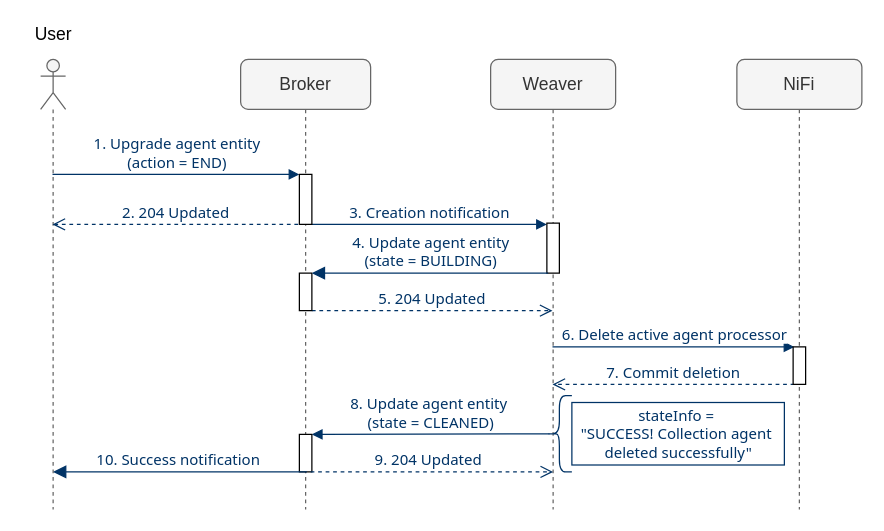
giros-dit/semantic-data-aggregator keeps this draw.io diagram as page "collection-agent-deletion" (6 of 14) of docs/sda-orchestration/SDA-orchestration-sequence-diagrams.drawio. Above is the earlier version. Source tidied: cells renumbered, new cells numbered last; positions are measured from the earlier drawing's top-left corner, leaving out a move shared by most shapes. Both pictures are drawn from the tidied source at 125%, with x=0, y=0 at pixel (21, 21).
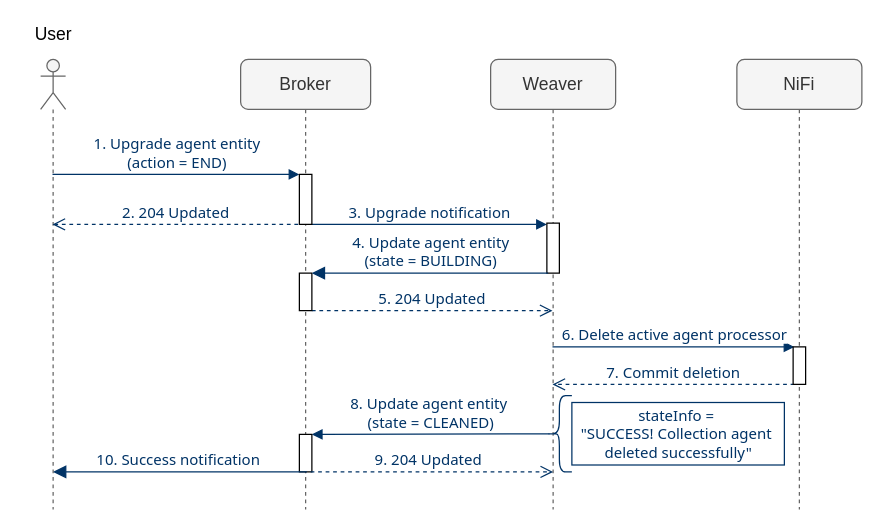
The same page after the edit.

Diff of the diagram source:
```diff
@@
-    <mxCell id="6" value="3. Creation notification" style="html=1;verticalAlign=bottom;startArrow=none;endArrow=block;startSize=8;strokeColor=#003366;fontFamily=Tahoma;fontSize=12;fontColor=#003366;startFill=0;exitX=1;exitY=0.975;exitDx=0;exitDy=0;exitPerimeter=0;" parent="1" edge="1">
+    <mxCell id="6" value="3. Upgrade notification" style="html=1;verticalAlign=bottom;startArrow=none;endArrow=block;startSize=8;strokeColor=#003366;fontFamily=Tahoma;fontSize=12;fontColor=#003366;startFill=0;exitX=1;exitY=0.975;exitDx=0;exitDy=0;exitPerimeter=0;" parent="1" edge="1">
       <mxGeometry relative="1" as="geometry">
         <mxPoint x="232" y="162" as="sourcePoint" />
         <mxPoint x="420" y="162" as="targetPoint" />
       </mxGeometry>
     </mxCell>
```
